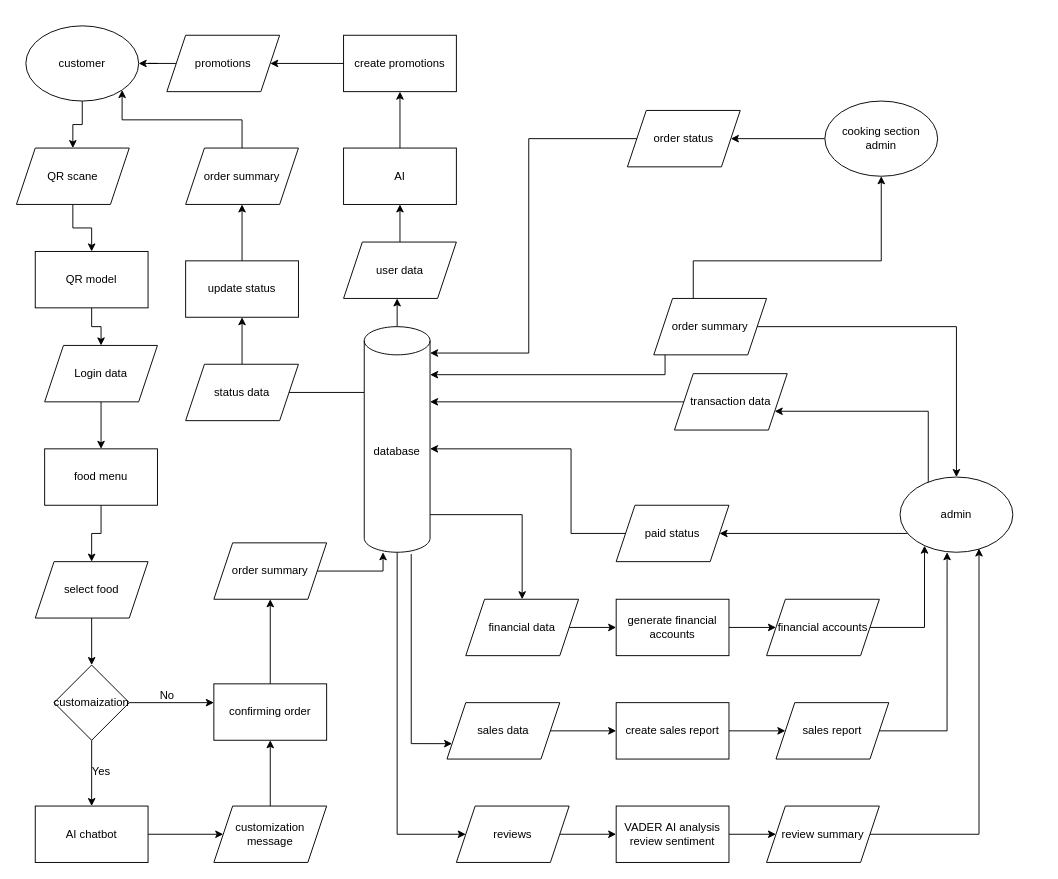
The draw.io diagram rms 2 Diagram.drawio in deleshan/puthurep, before the edit. Source tidied: cells renumbered, new cells numbered last; positions are measured from the earlier drawing's top-left corner, leaving out a move shared by most shapes. Both pictures are drawn from the tidied source at 94%, with x=0, y=0 at pixel (16, 25).
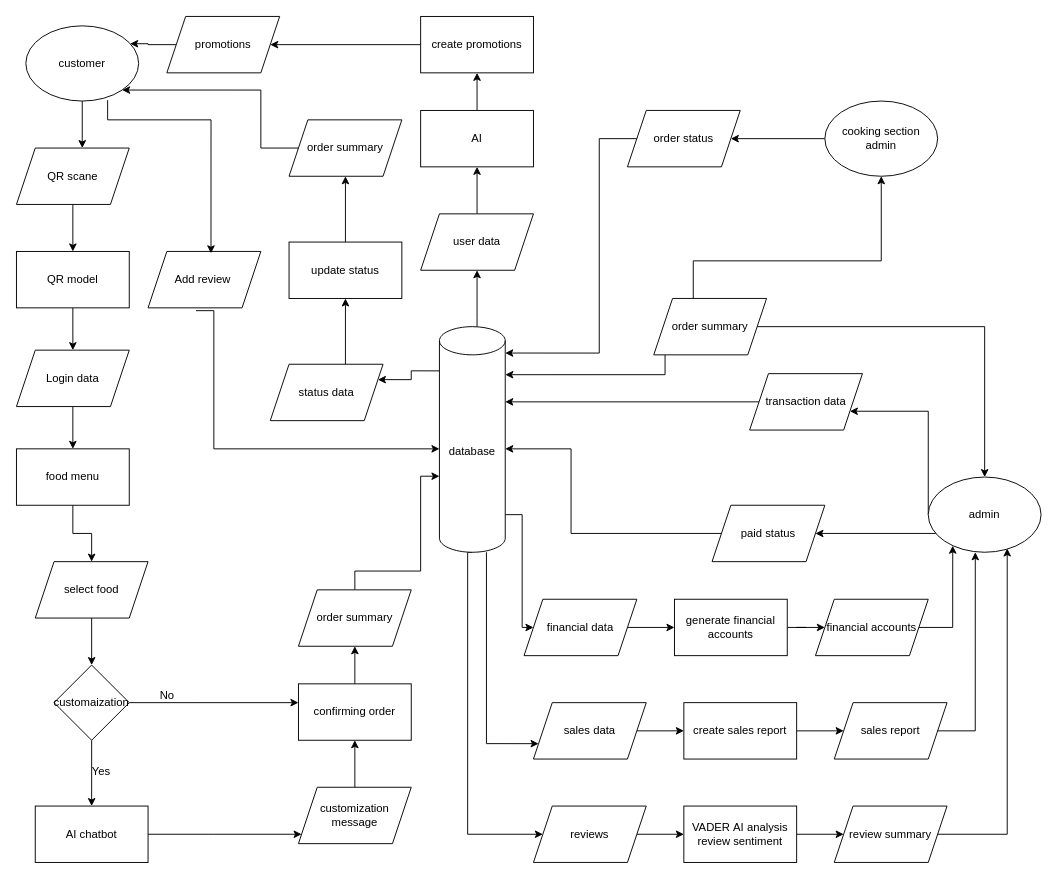
Above is the later version.

The change refers to these unchanged cells:
```xml
<mxCell id="18" value="QR scane" style="shape=parallelogram;perimeter=parallelogramPerimeter;whiteSpace=wrap;html=1;fixedSize=1;" parent="1" vertex="1">
  <mxGeometry y="130" width="120" height="60" as="geometry" />
</mxCell>
<mxCell id="40" value="order status" style="shape=parallelogram;perimeter=parallelogramPerimeter;whiteSpace=wrap;html=1;fixedSize=1;" parent="1" vertex="1">
  <mxGeometry x="650" y="90" width="120" height="60" as="geometry" />
</mxCell>
<mxCell id="54" value="customer" style="ellipse;whiteSpace=wrap;html=1;" parent="1" vertex="1">
  <mxGeometry x="10" width="120" height="80" as="geometry" />
</mxCell>
```

Diff of the diagram source:
```diff
@@
     <mxCell id="3" value="QR model" style="rounded=0;whiteSpace=wrap;html=1;" parent="1" vertex="1">
-      <mxGeometry x="20" y="240" width="120" height="60" as="geometry" />
+      <mxGeometry y="240" width="120" height="60" as="geometry" />
     </mxCell>
@@
     <mxCell id="5" value="food menu" style="rounded=0;whiteSpace=wrap;html=1;" parent="1" vertex="1">
-      <mxGeometry x="30" y="450" width="120" height="60" as="geometry" />
+      <mxGeometry y="450" width="120" height="60" as="geometry" />
     </mxCell>
@@
     <mxCell id="8" value="admin" style="ellipse;whiteSpace=wrap;html=1;" parent="1" vertex="1">
-      <mxGeometry x="940" y="480" width="120" height="80" as="geometry" />
+      <mxGeometry x="970" y="480" width="120" height="80" as="geometry" />
     </mxCell>
@@
-    <mxCell id="11" style="edgeStyle=orthogonalEdgeStyle;rounded=0;jettySize=auto;html=1;" parent="1" edge="1" source="16" target="35">
-      <mxGeometry relative="1" as="geometry">
-        <Array as="points">
-          <mxPoint x="410" y="250" />
-          <mxPoint x="410" y="250" />
-        </Array>
-      </mxGeometry>
-    </mxCell>
-    <mxCell id="12" style="edgeStyle=orthogonalEdgeStyle;rounded=0;jettySize=auto;html=1;" parent="1" edge="1" source="16" target="71">
-      <mxGeometry relative="1" as="geometry">
-        <Array as="points">
-          <mxPoint x="370" y="375" />
-          <mxPoint x="370" y="375" />
-        </Array>
-      </mxGeometry>
-    </mxCell>
-    <mxCell id="13" style="edgeStyle=orthogonalEdgeStyle;rounded=0;jettySize=auto;html=1;entryX=0;entryY=0.5;entryDx=0;entryDy=0;" parent="1" edge="1" source="16" target="52">
+    <mxCell id="13" style="edgeStyle=orthogonalEdgeStyle;rounded=0;jettySize=auto;html=1;entryX=0;entryY=0.5;entryDx=0;entryDy=0;exitX=0.5;exitY=1;exitDx=0;exitDy=0;exitPerimeter=0;" parent="1" edge="1" source="16" target="52">
       <mxGeometry relative="1" as="geometry">
         <Array as="points">
-          <mxPoint x="405" y="860" />
+          <mxPoint x="480" y="560" />
+          <mxPoint x="480" y="860" />
         </Array>
       </mxGeometry>
     </mxCell>
-    <mxCell id="14" style="edgeStyle=orthogonalEdgeStyle;rounded=0;jettySize=auto;html=1;entryX=0;entryY=0.75;entryDx=0;entryDy=0;exitX=0.714;exitY=1.008;exitDx=0;exitDy=0;exitPerimeter=0;" parent="1" edge="1" source="16" target="50">
+    <mxCell id="14" style="edgeStyle=orthogonalEdgeStyle;rounded=0;jettySize=auto;html=1;entryX=0;entryY=0.75;entryDx=0;entryDy=0;" parent="1" edge="1" source="16" target="50">
       <mxGeometry relative="1" as="geometry">
         <Array as="points">
-          <mxPoint x="420" y="764" />
-          <mxPoint x="464" y="764" />
+          <mxPoint x="500" y="764" />
         </Array>
       </mxGeometry>
     </mxCell>
@@
+    <mxCell id="11" style="edgeStyle=orthogonalEdgeStyle;rounded=0;jettySize=auto;html=1;" parent="1" edge="1" source="16" target="35">
+      <mxGeometry relative="1" as="geometry">
+        <Array as="points">
+          <mxPoint x="490" y="310" />
+          <mxPoint x="490" y="310" />
+        </Array>
+      </mxGeometry>
+    </mxCell>
+    <mxCell id="12" style="edgeStyle=orthogonalEdgeStyle;rounded=0;jettySize=auto;html=1;entryX=1;entryY=0.25;entryDx=0;entryDy=0;exitX=0.029;exitY=0.196;exitDx=0;exitDy=0;exitPerimeter=0;" parent="1" edge="1" source="16" target="71">
+      <mxGeometry relative="1" as="geometry" />
+    </mxCell>
     <mxCell id="16" value="database" style="shape=cylinder3;whiteSpace=wrap;html=1;boundedLbl=1;backgroundOutline=1;size=15;" parent="1" vertex="1">
-      <mxGeometry x="370" y="320" width="70" height="240" as="geometry" />
+      <mxGeometry x="450" y="320" width="70" height="240" as="geometry" />
     </mxCell>
@@
     <mxCell id="20" value="Login data" style="shape=parallelogram;perimeter=parallelogramPerimeter;whiteSpace=wrap;html=1;fixedSize=1;" parent="1" vertex="1">
-      <mxGeometry x="30" y="340" width="120" height="60" as="geometry" />
+      <mxGeometry y="345" width="120" height="60" as="geometry" />
     </mxCell>
@@
     <mxCell id="29" value="customization message" style="shape=parallelogram;perimeter=parallelogramPerimeter;whiteSpace=wrap;html=1;fixedSize=1;" parent="1" vertex="1">
-      <mxGeometry x="210" y="830" width="120" height="60" as="geometry" />
+      <mxGeometry x="300" y="810" width="120" height="60" as="geometry" />
     </mxCell>
@@
     <mxCell id="31" value="confirming order" style="rounded=0;whiteSpace=wrap;html=1;" parent="1" vertex="1">
-      <mxGeometry x="210" y="700" width="120" height="60" as="geometry" />
+      <mxGeometry x="300" y="700" width="120" height="60" as="geometry" />
     </mxCell>
-    <mxCell id="32" style="edgeStyle=orthogonalEdgeStyle;rounded=0;jettySize=auto;html=1;" parent="1" edge="1" source="33" target="16">
+    <mxCell id="32" style="edgeStyle=orthogonalEdgeStyle;rounded=0;jettySize=auto;html=1;entryX=0;entryY=0.663;entryDx=0;entryDy=0;entryPerimeter=0;" parent="1" edge="1" source="33" target="16">
       <mxGeometry relative="1" as="geometry">
         <Array as="points">
-          <mxPoint x="390" y="580" />
+          <mxPoint x="360" y="580" />
+          <mxPoint x="430" y="580" />
+          <mxPoint x="430" y="479" />
         </Array>
       </mxGeometry>
     </mxCell>
     <mxCell id="33" value="order summary" style="shape=parallelogram;perimeter=parallelogramPerimeter;whiteSpace=wrap;html=1;fixedSize=1;" parent="1" vertex="1">
-      <mxGeometry x="210" y="550" width="120" height="60" as="geometry" />
+      <mxGeometry x="300" y="600" width="120" height="60" as="geometry" />
     </mxCell>
@@
     <mxCell id="35" value="user data" style="shape=parallelogram;perimeter=parallelogramPerimeter;whiteSpace=wrap;html=1;fixedSize=1;" parent="1" vertex="1">
-      <mxGeometry x="348" y="230" width="120" height="60" as="geometry" />
+      <mxGeometry x="430" y="200" width="120" height="60" as="geometry" />
     </mxCell>
@@
     <mxCell id="37" value="AI" style="rounded=0;whiteSpace=wrap;html=1;" parent="1" vertex="1">
-      <mxGeometry x="348" y="130" width="120" height="60" as="geometry" />
+      <mxGeometry x="430" y="90" width="120" height="60" as="geometry" />
     </mxCell>
-    <mxCell id="38" style="edgeStyle=orthogonalEdgeStyle;rounded=0;jettySize=auto;html=1;" parent="1" edge="1" source="39" target="54">
+    <mxCell id="38" style="edgeStyle=orthogonalEdgeStyle;rounded=0;jettySize=auto;html=1;entryX=0.925;entryY=0.238;entryDx=0;entryDy=0;entryPerimeter=0;" parent="1" edge="1" source="39" target="54">
       <mxGeometry relative="1" as="geometry" />
     </mxCell>
     <mxCell id="39" value="promotions" style="shape=parallelogram;perimeter=parallelogramPerimeter;whiteSpace=wrap;html=1;fixedSize=1;" parent="1" vertex="1">
-      <mxGeometry x="160" y="10" width="120" height="60" as="geometry" />
+      <mxGeometry x="160" y="-10" width="120" height="60" as="geometry" />
     </mxCell>
@@
-    <mxCell id="45" style="edgeStyle=orthogonalEdgeStyle;rounded=0;jettySize=auto;html=1;entryX=1;entryY=1;entryDx=0;entryDy=0;" parent="1" edge="1" source="46" target="54">
-      <mxGeometry relative="1" as="geometry">
-        <Array as="points">
-          <mxPoint x="240" y="100" />
-          <mxPoint x="112" y="100" />
-        </Array>
-      </mxGeometry>
-    </mxCell>
     <mxCell id="46" value="order summary" style="shape=parallelogram;perimeter=parallelogramPerimeter;whiteSpace=wrap;html=1;fixedSize=1;" parent="1" vertex="1">
-      <mxGeometry x="180" y="130" width="120" height="60" as="geometry" />
+      <mxGeometry x="290" y="100" width="120" height="60" as="geometry" />
     </mxCell>
@@
     <mxCell id="48" value="financial data" style="shape=parallelogram;perimeter=parallelogramPerimeter;whiteSpace=wrap;html=1;fixedSize=1;" parent="1" vertex="1">
-      <mxGeometry x="478" y="610" width="120" height="60" as="geometry" />
+      <mxGeometry x="540" y="610" width="120" height="60" as="geometry" />
     </mxCell>
@@
     <mxCell id="50" value="sales data" style="shape=parallelogram;perimeter=parallelogramPerimeter;whiteSpace=wrap;html=1;fixedSize=1;" parent="1" vertex="1">
-      <mxGeometry x="458" y="720" width="120" height="60" as="geometry" />
+      <mxGeometry x="550" y="720" width="120" height="60" as="geometry" />
     </mxCell>
@@
     <mxCell id="52" value="reviews" style="shape=parallelogram;perimeter=parallelogramPerimeter;whiteSpace=wrap;html=1;fixedSize=1;" parent="1" vertex="1">
-      <mxGeometry x="468" y="830" width="120" height="60" as="geometry" />
+      <mxGeometry x="550" y="830" width="120" height="60" as="geometry" />
     </mxCell>
     <mxCell id="53" style="edgeStyle=orthogonalEdgeStyle;rounded=0;jettySize=auto;html=1;" parent="1" edge="1" source="54" target="18">
-      <mxGeometry relative="1" as="geometry" />
+      <mxGeometry relative="1" as="geometry">
+        <Array as="points">
+          <mxPoint x="70" y="120" />
+          <mxPoint x="70" y="120" />
+        </Array>
+      </mxGeometry>
     </mxCell>
@@
     <mxCell id="56" value="generate financial accounts" style="rounded=0;whiteSpace=wrap;html=1;" parent="1" vertex="1">
-      <mxGeometry x="638" y="610" width="120" height="60" as="geometry" />
+      <mxGeometry x="700" y="610" width="120" height="60" as="geometry" />
     </mxCell>
     <mxCell id="57" value="financial accounts" style="shape=parallelogram;perimeter=parallelogramPerimeter;whiteSpace=wrap;html=1;fixedSize=1;" parent="1" vertex="1">
-      <mxGeometry x="798" y="610" width="120" height="60" as="geometry" />
+      <mxGeometry x="850" y="610" width="120" height="60" as="geometry" />
     </mxCell>
@@
     <mxCell id="59" value="create sales report" style="rounded=0;whiteSpace=wrap;html=1;" parent="1" vertex="1">
-      <mxGeometry x="638" y="720" width="120" height="60" as="geometry" />
+      <mxGeometry x="710" y="720" width="120" height="60" as="geometry" />
     </mxCell>
     <mxCell id="60" value="sales report" style="shape=parallelogram;perimeter=parallelogramPerimeter;whiteSpace=wrap;html=1;fixedSize=1;" parent="1" vertex="1">
-      <mxGeometry x="808" y="720" width="120" height="60" as="geometry" />
+      <mxGeometry x="870" y="720" width="120" height="60" as="geometry" />
     </mxCell>
@@
     <mxCell id="62" value="VADER&amp;nbsp;AI analysis review sentiment" style="rounded=0;whiteSpace=wrap;html=1;" parent="1" vertex="1">
-      <mxGeometry x="638" y="830" width="120" height="60" as="geometry" />
+      <mxGeometry x="710" y="830" width="120" height="60" as="geometry" />
     </mxCell>
     <mxCell id="63" value="review summary" style="shape=parallelogram;perimeter=parallelogramPerimeter;whiteSpace=wrap;html=1;fixedSize=1;" parent="1" vertex="1">
-      <mxGeometry x="798" y="830" width="120" height="60" as="geometry" />
+      <mxGeometry x="870" y="830" width="120" height="60" as="geometry" />
     </mxCell>
@@
     <mxCell id="65" value="transaction data" style="shape=parallelogram;perimeter=parallelogramPerimeter;whiteSpace=wrap;html=1;fixedSize=1;" parent="1" vertex="1">
-      <mxGeometry x="700" y="370" width="120" height="60" as="geometry" />
+      <mxGeometry x="780" y="370" width="120" height="60" as="geometry" />
     </mxCell>
@@
     <mxCell id="67" value="paid status" style="shape=parallelogram;perimeter=parallelogramPerimeter;whiteSpace=wrap;html=1;fixedSize=1;" parent="1" vertex="1">
-      <mxGeometry x="638" y="510" width="120" height="60" as="geometry" />
+      <mxGeometry x="740" y="510" width="120" height="60" as="geometry" />
     </mxCell>
     <mxCell id="68" style="edgeStyle=orthogonalEdgeStyle;rounded=0;jettySize=auto;html=1;" parent="1" edge="1" source="69" target="46">
-      <mxGeometry relative="1" as="geometry" />
+      <mxGeometry relative="1" as="geometry">
+        <Array as="points">
+          <mxPoint x="350" y="240" />
+          <mxPoint x="350" y="240" />
+        </Array>
+      </mxGeometry>
     </mxCell>
     <mxCell id="69" value="update status" style="rounded=0;whiteSpace=wrap;html=1;" parent="1" vertex="1">
-      <mxGeometry x="180" y="250" width="120" height="60" as="geometry" />
+      <mxGeometry x="290" y="230" width="120" height="60" as="geometry" />
     </mxCell>
     <mxCell id="70" style="edgeStyle=orthogonalEdgeStyle;rounded=0;jettySize=auto;html=1;" parent="1" edge="1" source="71" target="69">
-      <mxGeometry relative="1" as="geometry" />
+      <mxGeometry relative="1" as="geometry">
+        <Array as="points">
+          <mxPoint x="350" y="330" />
+          <mxPoint x="350" y="330" />
+        </Array>
+      </mxGeometry>
     </mxCell>
     <mxCell id="71" value="status data" style="shape=parallelogram;perimeter=parallelogramPerimeter;whiteSpace=wrap;html=1;fixedSize=1;" parent="1" vertex="1">
-      <mxGeometry x="180" y="360" width="120" height="60" as="geometry" />
+      <mxGeometry x="270" y="360" width="120" height="60" as="geometry" />
     </mxCell>
@@
     <mxCell id="73" value="create promotions" style="rounded=0;whiteSpace=wrap;html=1;" parent="1" vertex="1">
-      <mxGeometry x="348" y="10" width="120" height="60" as="geometry" />
+      <mxGeometry x="430" y="-10" width="120" height="60" as="geometry" />
     </mxCell>
-    <mxCell id="74" style="edgeStyle=orthogonalEdgeStyle;rounded=0;jettySize=auto;html=1;entryX=0.217;entryY=0.913;entryDx=0;entryDy=0;entryPerimeter=0;" parent="1" edge="1" source="57" target="8">
-      <mxGeometry relative="1" as="geometry" />
+    <mxCell id="74" style="edgeStyle=orthogonalEdgeStyle;rounded=0;jettySize=auto;html=1;entryX=0.217;entryY=0.913;entryDx=0;entryDy=0;entryPerimeter=0;exitX=1;exitY=0.5;exitDx=0;exitDy=0;" parent="1" edge="1" source="57" target="8">
+      <mxGeometry relative="1" as="geometry">
+        <Array as="points">
+          <mxPoint x="996" y="640" />
+        </Array>
+      </mxGeometry>
     </mxCell>
-    <mxCell id="75" style="edgeStyle=orthogonalEdgeStyle;rounded=0;jettySize=auto;html=1;entryX=0.417;entryY=1;entryDx=0;entryDy=0;entryPerimeter=0;" parent="1" edge="1" source="60" target="8">
-      <mxGeometry relative="1" as="geometry" />
+    <mxCell id="75" style="edgeStyle=orthogonalEdgeStyle;rounded=0;jettySize=auto;html=1;entryX=0.417;entryY=1;entryDx=0;entryDy=0;entryPerimeter=0;exitX=1;exitY=0.5;exitDx=0;exitDy=0;" parent="1" edge="1" source="60" target="8">
+      <mxGeometry relative="1" as="geometry">
+        <Array as="points">
+          <mxPoint x="1020" y="750" />
+        </Array>
+      </mxGeometry>
     </mxCell>
-    <mxCell id="76" style="edgeStyle=orthogonalEdgeStyle;rounded=0;jettySize=auto;html=1;entryX=0.7;entryY=0.95;entryDx=0;entryDy=0;entryPerimeter=0;" parent="1" edge="1" source="63" target="8">
-      <mxGeometry relative="1" as="geometry" />
+    <mxCell id="76" style="edgeStyle=orthogonalEdgeStyle;rounded=0;jettySize=auto;html=1;entryX=0.7;entryY=0.95;entryDx=0;entryDy=0;entryPerimeter=0;exitX=1;exitY=0.5;exitDx=0;exitDy=0;" parent="1" edge="1" source="63" target="8">
+      <mxGeometry relative="1" as="geometry">
+        <Array as="points">
+          <mxPoint x="1054" y="860" />
+        </Array>
+      </mxGeometry>
     </mxCell>
     <mxCell id="77" style="edgeStyle=orthogonalEdgeStyle;rounded=0;jettySize=auto;html=1;entryX=1;entryY=0.117;entryDx=0;entryDy=0;entryPerimeter=0;" parent="1" edge="1" source="40" target="16">
-      <mxGeometry relative="1" as="geometry" />
+      <mxGeometry relative="1" as="geometry">
+        <Array as="points">
+          <mxPoint x="620" y="120" />
+          <mxPoint x="620" y="348" />
+        </Array>
+      </mxGeometry>
     </mxCell>
@@
+    <mxCell id="45" style="edgeStyle=orthogonalEdgeStyle;rounded=0;jettySize=auto;html=1;entryX=1;entryY=1;entryDx=0;entryDy=0;exitX=0;exitY=0.5;exitDx=0;exitDy=0;" parent="1" edge="1" source="46" target="54">
+      <mxGeometry relative="1" as="geometry">
+        <Array as="points">
+          <mxPoint x="260" y="130" />
+          <mxPoint x="260" y="68" />
+        </Array>
+      </mxGeometry>
+    </mxCell>
+    <mxCell id="80" value="Add review&amp;nbsp;" style="shape=parallelogram;perimeter=parallelogramPerimeter;whiteSpace=wrap;html=1;fixedSize=1;" parent="1" vertex="1">
+      <mxGeometry x="140" y="240" width="120" height="60" as="geometry" />
+    </mxCell>
+    <mxCell id="81" style="edgeStyle=orthogonalEdgeStyle;rounded=0;jettySize=auto;html=1;entryX=0.558;entryY=0.033;entryDx=0;entryDy=0;entryPerimeter=0;exitX=0.725;exitY=0.988;exitDx=0;exitDy=0;exitPerimeter=0;" parent="1" edge="1" source="54" target="80">
+      <mxGeometry relative="1" as="geometry">
+        <Array as="points">
+          <mxPoint x="97" y="100" />
+          <mxPoint x="207" y="100" />
+        </Array>
+      </mxGeometry>
+    </mxCell>
+    <mxCell id="82" style="edgeStyle=orthogonalEdgeStyle;rounded=0;jettySize=auto;html=1;exitX=0.425;exitY=1.05;exitDx=0;exitDy=0;exitPerimeter=0;" parent="1" edge="1" source="80">
+      <mxGeometry relative="1" as="geometry">
+        <mxPoint x="450" y="450" as="targetPoint" />
+        <Array as="points">
+          <mxPoint x="210" y="303" />
+          <mxPoint x="210" y="450" />
+        </Array>
+      </mxGeometry>
+    </mxCell>
```
